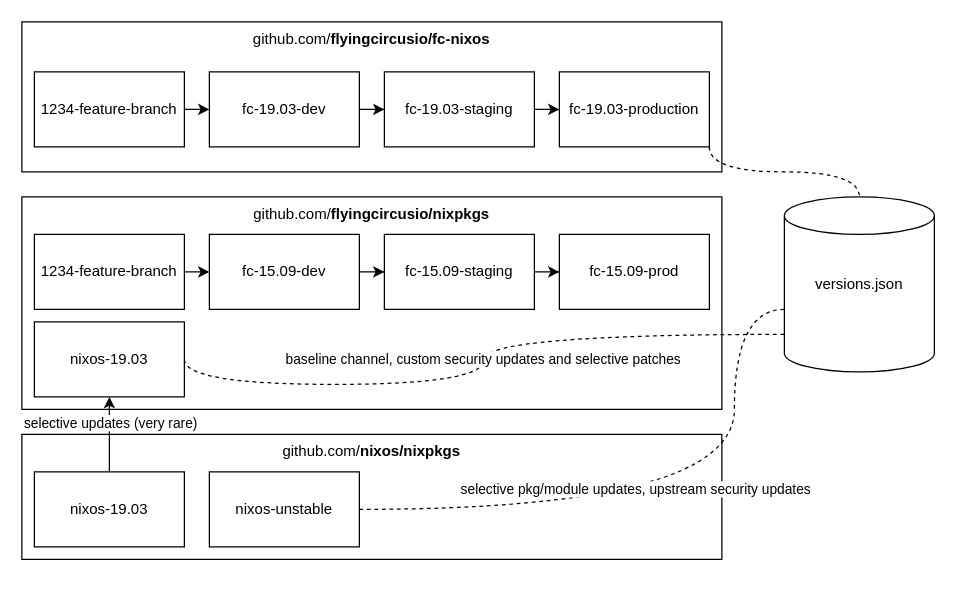
Above: Nixos Repos and Branches.drawio in flyingcircusio/drawio (draw.io), before the change. Source tidied: cells renumbered, new cells numbered last; positions are measured from the earlier drawing's top-left corner, leaving out a move shared by most shapes. Both pictures are drawn from the tidied source at 125%, with x=0, y=0 at pixel (21, 21).
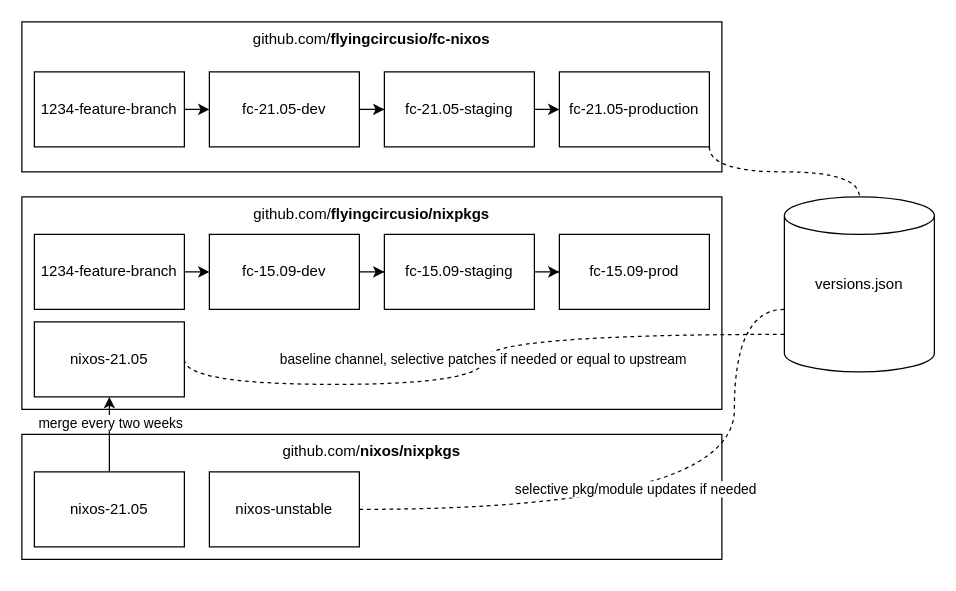
After the change.

Commit message:
Update NixOS branches diagram for 21.05

Unchanged cells that the change refers to:
```xml
<mxCell id="6" style="edgeStyle=orthogonalEdgeStyle;rounded=0;jettySize=auto;html=1;" parent="1" edge="1" source="8" target="5">
  <mxGeometry relative="1" as="geometry" />
</mxCell>
<mxCell id="26" style="edgeStyle=elbowEdgeStyle;sketch=0;jettySize=auto;html=1;shadow=0;dashed=1;endArrow=none;endFill=0;strokeColor=#000000;curved=1;" parent="1" edge="1" source="30" target="16">
  <mxGeometry relative="1" as="geometry">
    <Array as="points">
      <mxPoint x="570" y="230" />
      <mxPoint x="510" y="310" />
    </Array>
  </mxGeometry>
</mxCell>
<mxCell id="28" style="edgeStyle=orthogonalEdgeStyle;sketch=0;jettySize=auto;html=1;shadow=0;dashed=1;endArrow=none;endFill=0;strokeColor=#000000;entryX=1;entryY=0.5;entryDx=0;entryDy=0;curved=1;" parent="1" edge="1" source="30" target="5">
  <mxGeometry relative="1" as="geometry">
    <Array as="points">
      <mxPoint x="370" y="250" />
      <mxPoint x="370" y="290" />
      <mxPoint x="130" y="290" />
    </Array>
  </mxGeometry>
</mxCell>
```

Change to the diagram source:
```diff
@@
-    <mxCell id="5" value="nixos-19.03" style="rounded=0;whiteSpace=wrap;html=1;" parent="1" vertex="1">
+    <mxCell id="5" value="nixos-21.05" style="rounded=0;whiteSpace=wrap;html=1;" parent="1" vertex="1">
       <mxGeometry x="10" y="240" width="120" height="60" as="geometry" />
     </mxCell>
@@
-    <mxCell id="7" value="selective updates (very rare)" style="edgeLabel;html=1;align=center;verticalAlign=middle;" parent="6" vertex="1">
+    <mxCell id="7" value="merge every two weeks" style="edgeLabel;html=1;align=center;verticalAlign=middle;" parent="6" vertex="1">
       <mxGeometry x="0.1" y="2" relative="1" as="geometry">
         <mxPoint x="2" y="-7" as="offset" />
       </mxGeometry>
     </mxCell>
-    <mxCell id="8" value="nixos-19.03" style="rounded=0;whiteSpace=wrap;html=1;" parent="1" vertex="1">
+    <mxCell id="8" value="nixos-21.05" style="rounded=0;whiteSpace=wrap;html=1;" parent="1" vertex="1">
       <mxGeometry x="10" y="360" width="120" height="60" as="geometry" />
     </mxCell>
@@
-    <mxCell id="20" value="fc-19.03-dev" style="rounded=0;whiteSpace=wrap;html=1;" parent="1" vertex="1">
+    <mxCell id="20" value="fc-21.05-dev" style="rounded=0;whiteSpace=wrap;html=1;" parent="1" vertex="1">
       <mxGeometry x="150" y="40" width="120" height="60" as="geometry" />
     </mxCell>
@@
-    <mxCell id="22" value="fc-19.03-staging" style="rounded=0;whiteSpace=wrap;html=1;" parent="1" vertex="1">
+    <mxCell id="22" value="fc-21.05-staging" style="rounded=0;whiteSpace=wrap;html=1;" parent="1" vertex="1">
       <mxGeometry x="290" y="40" width="120" height="60" as="geometry" />
     </mxCell>
@@
-    <mxCell id="24" value="fc-19.03-production" style="rounded=0;whiteSpace=wrap;html=1;" parent="1" vertex="1">
+    <mxCell id="24" value="fc-21.05-production" style="rounded=0;whiteSpace=wrap;html=1;" parent="1" vertex="1">
       <mxGeometry x="430" y="40" width="120" height="60" as="geometry" />
     </mxCell>
@@
-    <mxCell id="27" value="selective pkg/module updates, upstream security updates" style="edgeLabel;html=1;align=center;verticalAlign=middle;" parent="26" vertex="1">
+    <mxCell id="27" value="selective pkg/module updates if needed" style="edgeLabel;html=1;align=center;verticalAlign=middle;" parent="26" vertex="1">
       <mxGeometry x="0.12" y="-17" relative="1" as="geometry" />
     </mxCell>
@@
-    <mxCell id="29" value="baseline channel, custom security updates and selective patches" style="edgeLabel;html=1;align=center;verticalAlign=middle;" parent="28" vertex="1">
+    <mxCell id="29" value="baseline channel, selective patches if needed or equal to upstream" style="edgeLabel;html=1;align=center;verticalAlign=middle;" parent="28" vertex="1">
       <mxGeometry x="-0.11" y="19" relative="1" as="geometry">
         <mxPoint x="-21" y="19" as="offset" />
       </mxGeometry>
     </mxCell>
```
